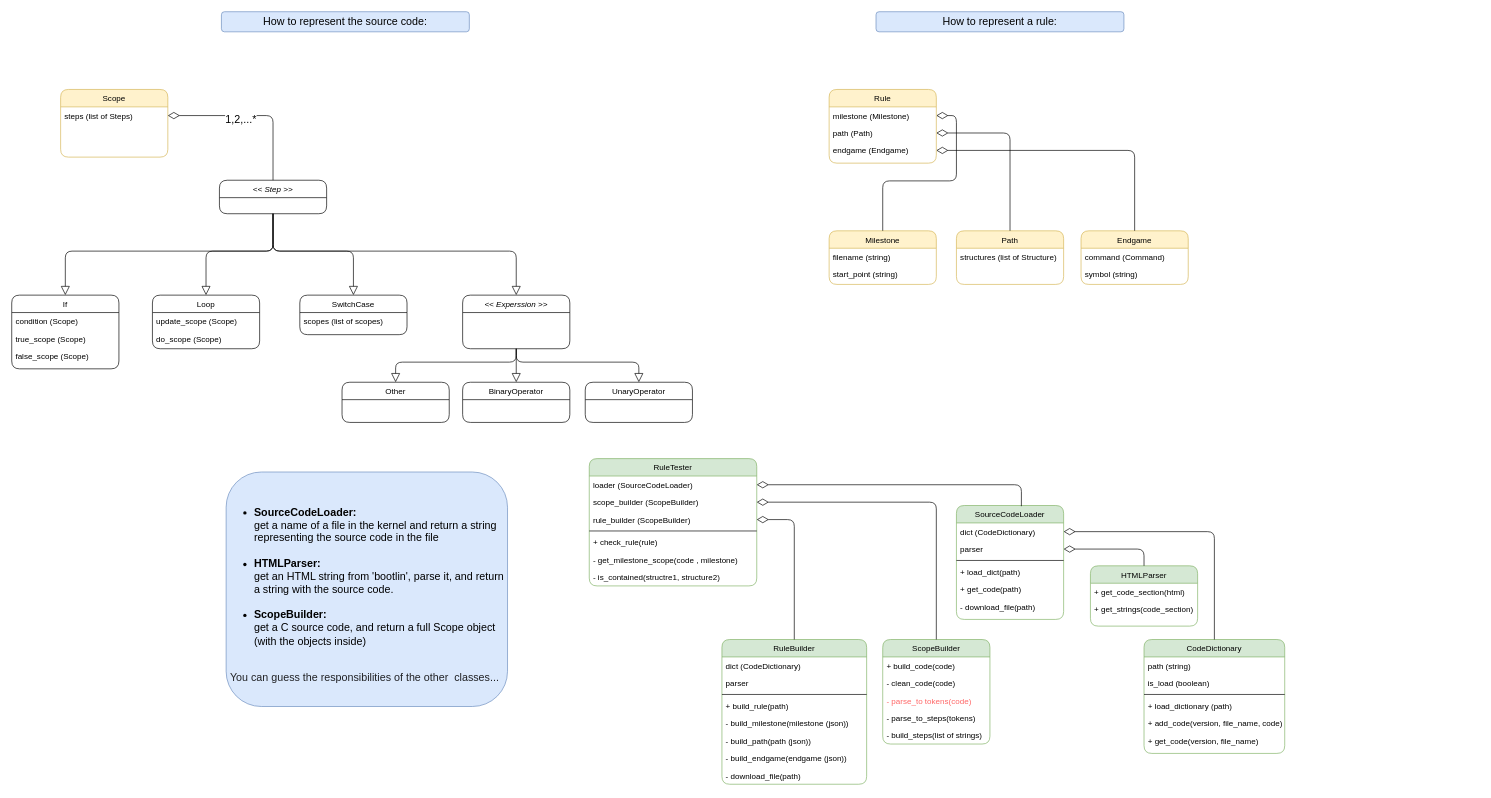
Earlier version of the draw.io diagram Untitled Diagram.drawio (zivnaim/simon). Source tidied: cells renumbered, new cells numbered last; positions are measured from the earlier drawing's top-left corner, leaving out a move shared by most shapes. Both pictures are drawn from the tidied source at 67%, with x=0, y=0 at pixel (11, 11).
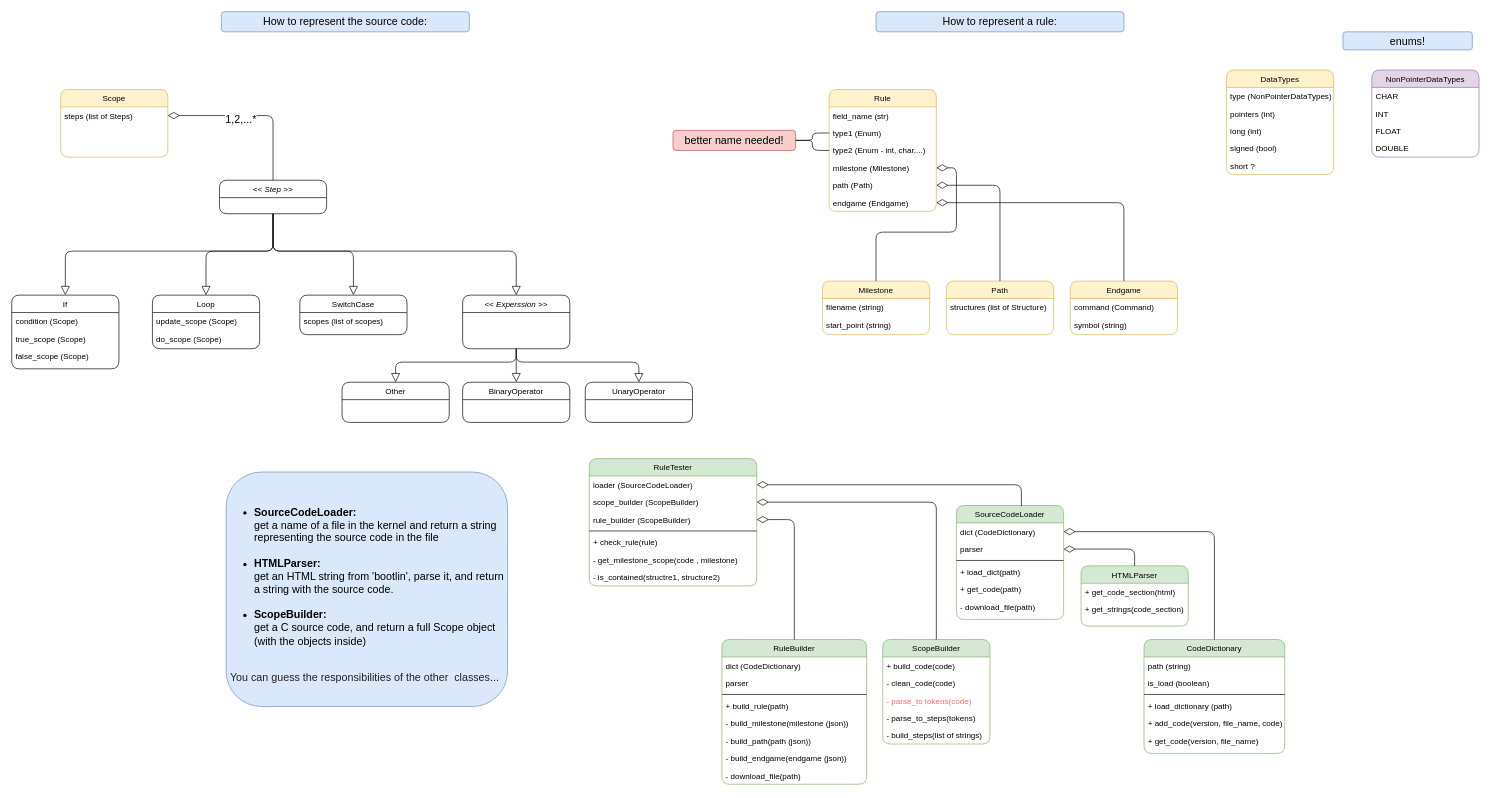
The same page after the edit.

The edit, as a diff of the source:
```diff
@@
     <mxCell id="9" value="HTMLParser" style="swimlane;fontStyle=0;align=center;verticalAlign=top;horizontal=1;startSize=26;rounded=1;shadow=0;strokeWidth=1;fillColor=#d5e8d4;strokeColor=#82b366;" parent="1" vertex="1">
-      <mxGeometry x="1610" y="827" width="160" height="90" as="geometry" />
+      <mxGeometry x="1596" y="827" width="160" height="90" as="geometry" />
     </mxCell>
@@
     <mxCell id="32" value="Rule" style="swimlane;fontStyle=0;align=center;verticalAlign=top;horizontal=1;startSize=26;rounded=1;shadow=0;strokeWidth=1;fillColor=#fff2cc;strokeColor=#d6b656;" parent="1" vertex="1">
-      <mxGeometry x="1220" y="116" width="160" height="110" as="geometry" />
+      <mxGeometry x="1220" y="116" width="160" height="182" as="geometry" />
     </mxCell>
+    <mxCell id="90" value="field_name (str)" style="text;align=left;verticalAlign=top;spacingLeft=4;spacingRight=4;overflow=hidden;rounded=1;" parent="32" vertex="1">
+      <mxGeometry y="26" width="160" height="26" as="geometry" />
+    </mxCell>
+    <mxCell id="91" value="type1 (Enum)" style="text;align=left;verticalAlign=top;spacingLeft=4;spacingRight=4;overflow=hidden;points=[[0,0.5],[1,0.5]];portConstraint=eastwest;rounded=1;" parent="32" vertex="1">
+      <mxGeometry y="52" width="160" height="26" as="geometry" />
+    </mxCell>
+    <mxCell id="92" value="type2 (Enum - int, char,...)" style="text;align=left;verticalAlign=top;spacingLeft=4;spacingRight=4;overflow=hidden;points=[[0,0.5],[1,0.5]];portConstraint=eastwest;rounded=1;" parent="32" vertex="1">
+      <mxGeometry y="78" width="160" height="26" as="geometry" />
+    </mxCell>
     <mxCell id="33" value="milestone (Milestone)" style="text;align=left;verticalAlign=top;spacingLeft=4;spacingRight=4;overflow=hidden;points=[[0,0.5],[1,0.5]];portConstraint=eastwest;rounded=1;" parent="32" vertex="1">
-      <mxGeometry y="26" width="160" height="26" as="geometry" />
+      <mxGeometry y="104" width="160" height="26" as="geometry" />
     </mxCell>
     <mxCell id="34" value="path (Path)" style="text;align=left;verticalAlign=top;spacingLeft=4;spacingRight=4;overflow=hidden;points=[[0,0.5],[1,0.5]];portConstraint=eastwest;rounded=1;shadow=0;html=0;" parent="32" vertex="1">
-      <mxGeometry y="52" width="160" height="26" as="geometry" />
+      <mxGeometry y="130" width="160" height="26" as="geometry" />
     </mxCell>
     <mxCell id="35" value="endgame (Endgame)" style="text;align=left;verticalAlign=top;spacingLeft=4;spacingRight=4;overflow=hidden;points=[[0,0.5],[1,0.5]];portConstraint=eastwest;rounded=1;shadow=0;html=0;" parent="32" vertex="1">
-      <mxGeometry y="78" width="160" height="26" as="geometry" />
+      <mxGeometry y="156" width="160" height="26" as="geometry" />
     </mxCell>
     <mxCell id="36" value="Milestone" style="swimlane;fontStyle=0;align=center;verticalAlign=top;horizontal=1;startSize=26;rounded=1;shadow=0;strokeWidth=1;fillColor=#fff2cc;strokeColor=#d6b656;" parent="1" vertex="1">
-      <mxGeometry x="1220" y="327" width="160" height="80" as="geometry" />
+      <mxGeometry x="1210" y="402" width="160" height="80" as="geometry" />
     </mxCell>
@@
     <mxCell id="40" value="Endgame" style="swimlane;fontStyle=0;align=center;verticalAlign=top;horizontal=1;startSize=26;rounded=1;shadow=0;strokeWidth=1;fillColor=#fff2cc;strokeColor=#d6b656;" parent="1" vertex="1">
-      <mxGeometry x="1596" y="327" width="160" height="80" as="geometry" />
+      <mxGeometry x="1580" y="402" width="160" height="80" as="geometry" />
     </mxCell>
@@
     <mxCell id="44" value="Path" style="swimlane;fontStyle=0;align=center;verticalAlign=top;horizontal=1;startSize=26;rounded=1;shadow=0;strokeWidth=1;fillColor=#fff2cc;strokeColor=#d6b656;" parent="1" vertex="1">
-      <mxGeometry x="1410" y="327" width="160" height="80" as="geometry" />
+      <mxGeometry x="1395" y="402" width="160" height="80" as="geometry" />
     </mxCell>
@@
+    <mxCell id="93" value="better name needed!" style="text;html=1;strokeColor=#b85450;fillColor=#f8cecc;align=center;verticalAlign=middle;whiteSpace=wrap;rounded=1;fontSize=16;" parent="1" vertex="1">
+      <mxGeometry x="987" y="177" width="183" height="30" as="geometry" />
+    </mxCell>
+    <mxCell id="94" style="edgeStyle=orthogonalEdgeStyle;rounded=1;jettySize=auto;html=1;exitX=0;exitY=0.5;exitDx=0;exitDy=0;entryX=1;entryY=0.5;entryDx=0;entryDy=0;startArrow=none;startFill=0;endArrow=none;endFill=0;startSize=15;strokeColor=default;" parent="1" edge="1" source="91" target="93">
+      <mxGeometry relative="1" as="geometry" />
+    </mxCell>
+    <mxCell id="95" style="edgeStyle=orthogonalEdgeStyle;rounded=1;jettySize=auto;html=1;exitX=0;exitY=0.5;exitDx=0;exitDy=0;entryX=1;entryY=0.5;entryDx=0;entryDy=0;startArrow=none;startFill=0;endArrow=none;endFill=0;startSize=15;strokeColor=default;" parent="1" edge="1" source="92" target="93">
+      <mxGeometry relative="1" as="geometry" />
+    </mxCell>
+    <mxCell id="96" value="enums!" style="text;html=1;strokeColor=#6c8ebf;fillColor=#dae8fc;align=center;verticalAlign=middle;whiteSpace=wrap;rounded=1;fontSize=16;" parent="1" vertex="1">
+      <mxGeometry x="1987" y="30" width="193" height="27" as="geometry" />
+    </mxCell>
+    <mxCell id="97" value="NonPointerDataTypes" style="swimlane;fontStyle=0;align=center;verticalAlign=top;horizontal=1;startSize=26;rounded=1;shadow=0;strokeWidth=1;fillColor=#e1d5e7;strokeColor=#9673a6;" parent="1" vertex="1">
+      <mxGeometry x="2030" y="87" width="160" height="130" as="geometry" />
+    </mxCell>
+    <mxCell id="98" value="CHAR" style="text;align=left;verticalAlign=top;spacingLeft=4;spacingRight=4;overflow=hidden;rounded=1;" parent="97" vertex="1">
+      <mxGeometry y="26" width="160" height="26" as="geometry" />
+    </mxCell>
+    <mxCell id="99" value="INT" style="text;align=left;verticalAlign=top;spacingLeft=4;spacingRight=4;overflow=hidden;rounded=1;" parent="97" vertex="1">
+      <mxGeometry y="52" width="160" height="26" as="geometry" />
+    </mxCell>
+    <mxCell id="100" value="FLOAT" style="text;align=left;verticalAlign=top;spacingLeft=4;spacingRight=4;overflow=hidden;rounded=1;" parent="97" vertex="1">
+      <mxGeometry y="78" width="160" height="26" as="geometry" />
+    </mxCell>
+    <mxCell id="101" value="DOUBLE" style="text;align=left;verticalAlign=top;spacingLeft=4;spacingRight=4;overflow=hidden;rounded=1;" parent="97" vertex="1">
+      <mxGeometry y="104" width="160" height="26" as="geometry" />
+    </mxCell>
+    <mxCell id="102" value="DataTypes" style="swimlane;fontStyle=0;align=center;verticalAlign=top;horizontal=1;startSize=26;rounded=1;shadow=0;strokeWidth=1;fillColor=#fff2cc;strokeColor=#d6b656;" parent="1" vertex="1">
+      <mxGeometry x="1813" y="87" width="160" height="156" as="geometry" />
+    </mxCell>
+    <mxCell id="103" value="type (NonPointerDataTypes)" style="text;align=left;verticalAlign=top;spacingLeft=4;spacingRight=4;overflow=hidden;rounded=1;" parent="102" vertex="1">
+      <mxGeometry y="26" width="160" height="26" as="geometry" />
+    </mxCell>
+    <mxCell id="104" value="pointers (int)" style="text;align=left;verticalAlign=top;spacingLeft=4;spacingRight=4;overflow=hidden;rounded=1;" parent="102" vertex="1">
+      <mxGeometry y="52" width="160" height="26" as="geometry" />
+    </mxCell>
+    <mxCell id="105" value="long (int)" style="text;align=left;verticalAlign=top;spacingLeft=4;spacingRight=4;overflow=hidden;rounded=1;" parent="102" vertex="1">
+      <mxGeometry y="78" width="160" height="26" as="geometry" />
+    </mxCell>
+    <mxCell id="106" value="signed (bool)" style="text;align=left;verticalAlign=top;spacingLeft=4;spacingRight=4;overflow=hidden;rounded=1;" parent="102" vertex="1">
+      <mxGeometry y="104" width="160" height="26" as="geometry" />
+    </mxCell>
+    <mxCell id="107" value="short ?" style="text;align=left;verticalAlign=top;spacingLeft=4;spacingRight=4;overflow=hidden;rounded=1;" parent="102" vertex="1">
+      <mxGeometry y="130" width="160" height="26" as="geometry" />
+    </mxCell>
```
